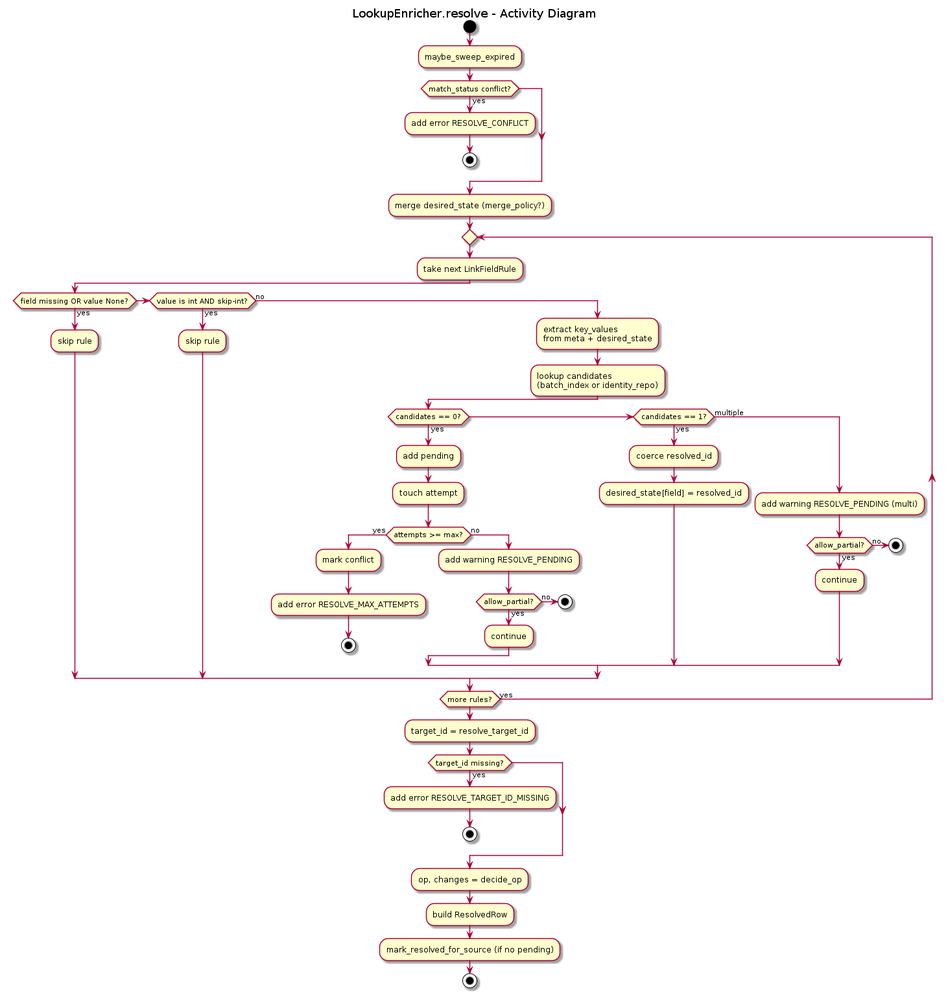
Above: docs/uml/transform/resolver/resolver_activity.png in xORex-LC/nexus-etl (PlantUML), before the change. Its source is kept beside it as docs/uml/transform/resolver/resolver_activity.puml.
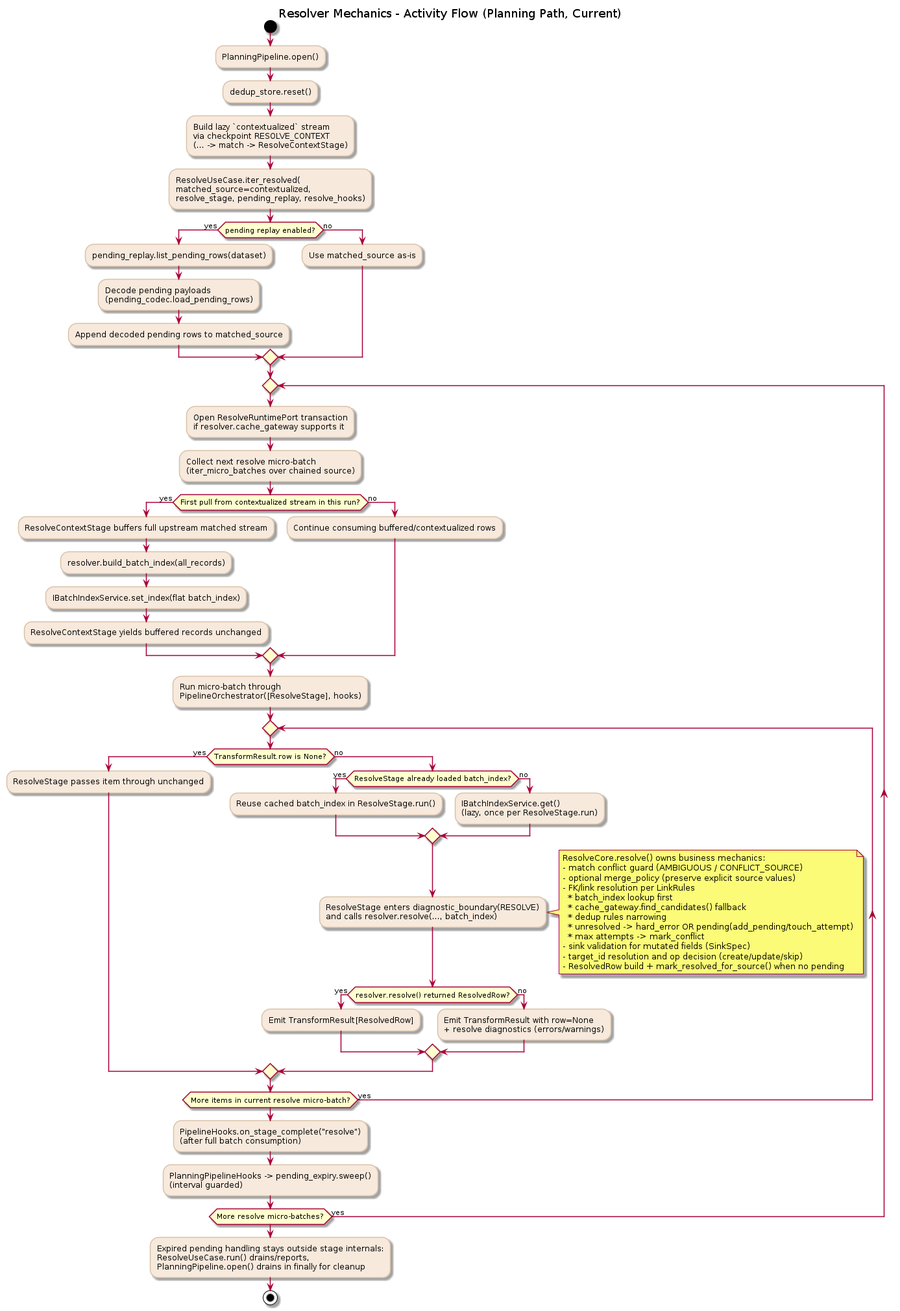
The same file after the commit.

The edit, as a diff of the source:
```diff
@@ -1,81 +1,81 @@
 @startuml
-title Resolver Stage - Activity Diagram (Current)
+title Resolver Mechanics - Activity Flow (Planning Path, Current)
 skinparam backgroundColor white
 skinparam linetype ortho
 skinparam defaultFontName Arial
 skinparam activity {
   BackgroundColor #f7e9dc
   BorderColor #d9c2a8
-  FontColor #1f1f1f
 }
 
 start
-:maybe_sweep_expired();
+:PlanningPipeline.open();
+:dedup_store.reset();
+:Build lazy `contextualized` stream\nvia checkpoint RESOLVE_CONTEXT\n(... -> match -> ResolveContextStage);
+:ResolveUseCase.iter_resolved(\nmatched_source=contextualized,\nresolve_stage, pending_replay, resolve_hooks);
 
-if (match_decision.status in\n{AMBIGUOUS, CONFLICT_SOURCE}?) then (yes)
-  :append RESOLVE_AMBIGUOUS/RESOLVE_CONFLICT;
-  stop
-endif
-
-:desired_state = matched.desired_state;
-if (merge_policy configured?) then (yes)
-  :desired_state = merge_policy(existing, desired_state);
+if (pending replay enabled?) then (yes)
+  :pending_replay.list_pending_rows(dataset);
+  :Decode pending payloads\n(pending_codec.load_pending_rows);
+  :Append decoded pending rows to matched_source;
+else (no)
+  :Use matched_source as-is;
 endif
 
 repeat
-  :take next LinkFieldRule;
-  if (field absent or value None?) then (skip)
-    :continue;
-  else (process)
-    :extract key_values\n(meta overrides + desired_state);
-    :lookup candidates\n(batch_index -> identity_repo);
-    if (single candidate?) then (yes)
-      :coerce candidate id;
-      :write desired_state[field];
+  :Open ResolveRuntimePort transaction\nif resolver.cache_gateway supports it;
+  :Collect next resolve micro-batch\n(iter_micro_batches over chained source);
+
+  if (First pull from contextualized stream in this run?) then (yes)
+    :ResolveContextStage buffers full upstream matched stream;
+    :resolver.build_batch_index(all_records);
+    :IBatchIndexService.set_index(flat batch_index);
+    :ResolveContextStage yields buffered records unchanged;
+  else (no)
+    :Continue consuming buffered/contextualized rows;
+  endif
+
+  :Run micro-batch through\nPipelineOrchestrator([ResolveStage], hooks);
+
+  repeat
+    if (TransformResult.row is None?) then (yes)
+      :ResolveStage passes item through unchanged;
     else (no)
-      if (on_unresolved == hard_error?) then (yes)
-        :append RESOLVE_CONFLICT;
-        stop
-      else (pending)
-        :add pending + touch_attempt;
-        if (attempts >= max?) then (yes)
-          :mark conflict;
-          :append RESOLVE_MAX_ATTEMPTS;
-          stop
-        else (no)
-          :append RESOLVE_PENDING warning;
-          if (allow_partial?) then (yes)
-            :continue;
-          else (no)
-            stop
-          endif
-        endif
+      if (ResolveStage already loaded batch_index?) then (yes)
+        :Reuse cached batch_index in ResolveStage.run();
+      else (no)
+        :IBatchIndexService.get()\n(lazy, once per ResolveStage.run);
+      endif
+
+      :ResolveStage enters diagnostic_boundary(RESOLVE)\nand calls resolver.resolve(..., batch_index);
+      note right
+        ResolveCore.resolve() owns business mechanics:
+        - match conflict guard (AMBIGUOUS / CONFLICT_SOURCE)
+        - optional merge_policy (preserve explicit source values)
+        - FK/link resolution per LinkRules
+          * batch_index lookup first
+          * cache_gateway.find_candidates() fallback
+          * dedup rules narrowing
+          * unresolved -> hard_error OR pending(add_pending/touch_attempt)
+          * max attempts -> mark_conflict
+        - sink validation for mutated fields (SinkSpec)
+        - target_id resolution and op decision (create/update/skip)
+        - ResolvedRow build + mark_resolved_for_source() when no pending
+      end note
+
+      if (resolver.resolve() returned ResolvedRow?) then (yes)
+        :Emit TransformResult[ResolvedRow];
+      else (no)
+        :Emit TransformResult with row=None\n+ resolve diagnostics (errors/warnings);
       endif
     endif
-  endif
-repeat while (more rules?) is (yes)
+  repeat while (More items in current resolve micro-batch?) is (yes)
 
-if (sink_spec configured and\nmutated_fields not empty?) then (yes)
-  :validate_sink_fields(mutated_fields);
-  if (sink issues?) then (yes)
-    :append diagnostics from sink issues;
-    stop
-  endif
-endif
+  :PipelineHooks.on_stage_complete("resolve")\n(after full batch consumption);
+  :PlanningPipelineHooks -> pending_expiry.sweep()\n(interval guarded);
+repeat while (More resolve micro-batches?) is (yes)
 
-:target_id = resolve_target_id();
-if (target_id missing?) then (yes)
-  :append RESOLVE_TARGET_ID_MISSING;
-  stop
-endif
-
-:op, changes = decide_op();
-:source_ref = build_source_ref(identity);
-:secret_fields = secrets_policy(op);
-:build ResolvedRow;
-if (pending_created == false?) then (yes)
-  :mark_resolved_for_source(row_id);
-endif
+:Expired pending handling stays outside stage internals:\nResolveUseCase.run() drains/reports,\nPlanningPipeline.open() drains in finally for cleanup;
 stop
 
 @enduml
```
